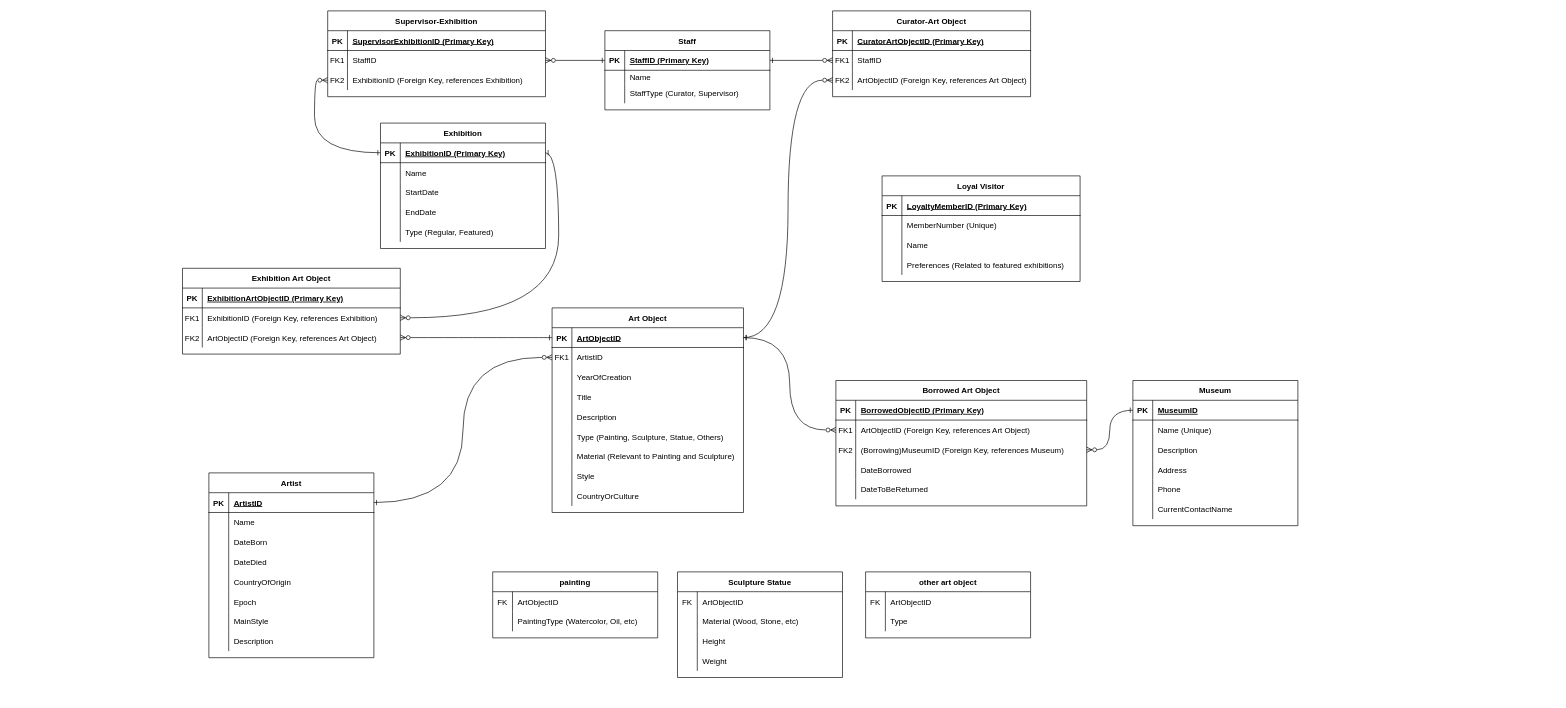
Before: 未命名绘图.drawio in Kehong254/DatabaseCA2, a draw.io diagram. Source tidied: cells renumbered, new cells numbered last; positions are measured from the earlier drawing's top-left corner, leaving out a move shared by most shapes. Both pictures are drawn from the tidied source at 66%, with x=0, y=0 at pixel (182, 11).
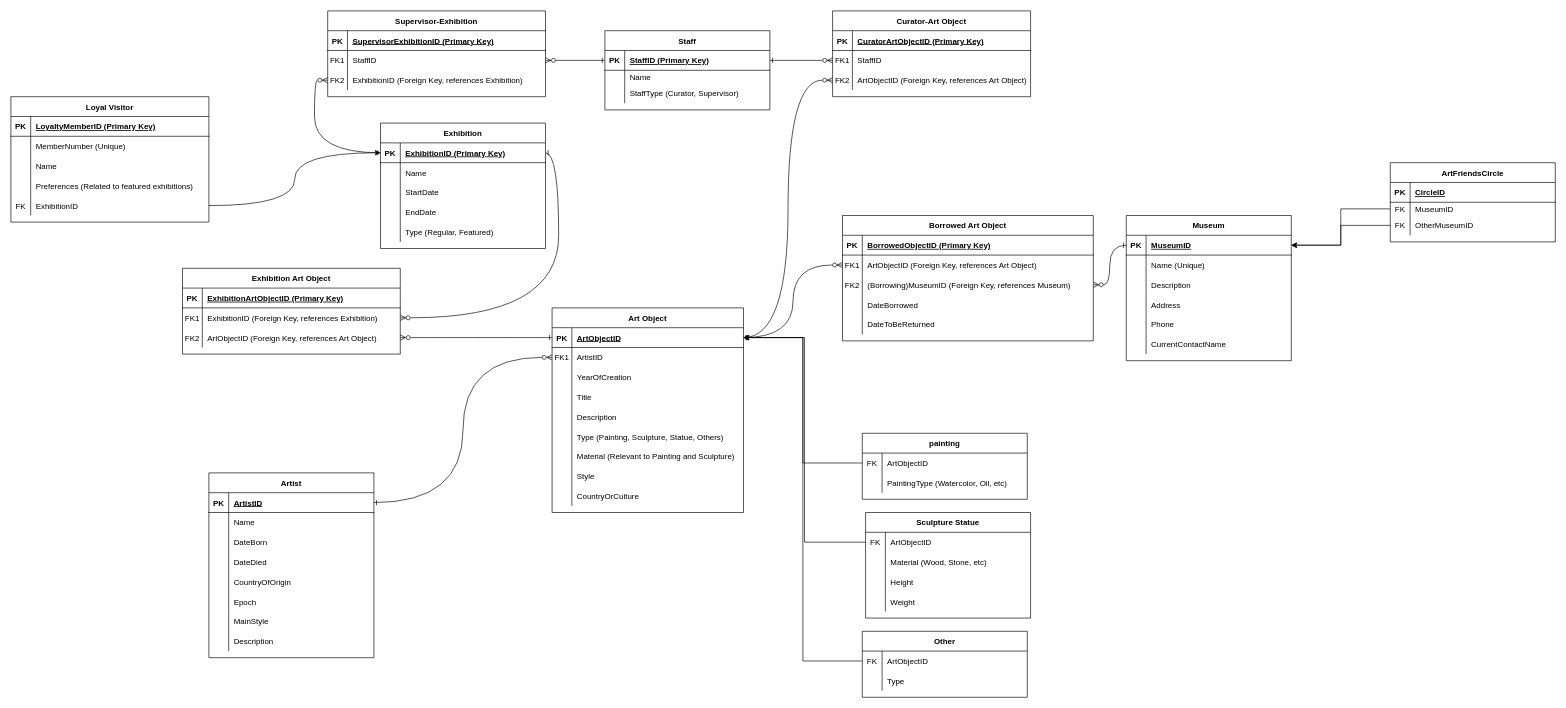
After the change.

The change refers to these unchanged cells:
```xml
<mxCell id="41" style="shape=partialRectangle;fillColor=none;points=[[0,0.5],[1,0.5]];portConstraint=eastwest;top=0;left=0;right=0;bottom=1;" parent="40" vertex="1">
  <mxGeometry y="30" width="250" height="30" as="geometry" />
</mxCell>
<mxCell id="90" style="shape=partialRectangle;fillColor=none;points=[[0,0.5],[1,0.5]];portConstraint=eastwest;top=0;left=0;right=0;bottom=1;" parent="89" vertex="1">
  <mxGeometry y="30" width="290" height="30" as="geometry" />
</mxCell>
<mxCell id="118" style="shape=partialRectangle;fillColor=none;points=[[0,0.5],[1,0.5]];portConstraint=eastwest;top=0;left=0;right=0;bottom=1;" parent="117" vertex="1">
  <mxGeometry y="30" width="250" height="30" as="geometry" />
</mxCell>
<mxCell id="145" style="shape=partialRectangle;fillColor=none;points=[[0,0.5],[1,0.5]];portConstraint=eastwest;top=0;left=0;right=0;bottom=0;" parent="144" vertex="1">
  <mxGeometry y="30" width="250" height="30" as="geometry" />
</mxCell>
<mxCell id="152" style="shape=partialRectangle;fillColor=none;points=[[0,0.5],[1,0.5]];portConstraint=eastwest;top=0;left=0;right=0;bottom=0;" parent="151" vertex="1">
  <mxGeometry y="30" width="250" height="30" as="geometry" />
</mxCell>
<mxCell id="165" style="shape=partialRectangle;fillColor=none;points=[[0,0.5],[1,0.5]];portConstraint=eastwest;top=0;left=0;right=0;bottom=0;" parent="164" vertex="1">
  <mxGeometry y="30" width="250" height="30" as="geometry" />
</mxCell>
```

Diff of the diagram source:
```diff
@@
     <mxCell id="2" value="Loyal Visitor" style="shape=table;startSize=30;childLayout=tableLayout;rowLines=0;fontStyle=1;align=center;" parent="1" vertex="1">
-      <mxGeometry x="1060" y="250" width="300" height="160" as="geometry" />
+      <mxGeometry x="-260" y="130" width="300" height="190" as="geometry" />
     </mxCell>
@@
+    <mxCell id="195" style="shape=partialRectangle;fillColor=none;points=[[0,0.5],[1,0.5]];portConstraint=eastwest;top=0;left=0;right=0;bottom=0;" parent="2" vertex="1">
+      <mxGeometry y="150" width="300" height="30" as="geometry" />
+    </mxCell>
+    <mxCell id="196" value="FK" style="shape=partialRectangle;overflow=hidden;fillColor=none;top=0;left=0;bottom=0;right=0;" parent="195" vertex="1">
+      <mxGeometry width="30" height="30" as="geometry" />
+    </mxCell>
+    <mxCell id="197" value="ExhibitionID" style="shape=partialRectangle;overflow=hidden;fillColor=none;top=0;left=0;bottom=0;right=0;align=left;spacingLeft=6;" parent="195" vertex="1">
+      <mxGeometry x="30" width="270" height="30" as="geometry" />
+    </mxCell>
@@
     <mxCell id="40" value="Museum" style="shape=table;startSize=30;childLayout=tableLayout;rowLines=0;fontStyle=1;align=center;" parent="1" vertex="1">
-      <mxGeometry x="1440" y="560" width="250" height="220" as="geometry" />
+      <mxGeometry x="1430" y="310" width="250" height="220" as="geometry" />
     </mxCell>
@@
     <mxCell id="59" value="Borrowed Art Object" style="shape=table;startSize=30;childLayout=tableLayout;rowLines=0;fontStyle=1;align=center;" parent="1" vertex="1">
-      <mxGeometry x="990" y="560" width="380" height="190" as="geometry" />
+      <mxGeometry x="1000" y="310" width="380" height="190" as="geometry" />
     </mxCell>
@@
     <mxCell id="144" value="painting" style="shape=table;startSize=30;childLayout=tableLayout;rowLines=0;fontStyle=1;align=center;" parent="1" vertex="1">
-      <mxGeometry x="470" y="850" width="250" height="100" as="geometry" />
+      <mxGeometry x="1030" y="640" width="250" height="100" as="geometry" />
     </mxCell>
@@
     <mxCell id="151" value="Sculpture Statue" style="shape=table;startSize=30;childLayout=tableLayout;rowLines=0;fontStyle=1;align=center;" parent="1" vertex="1">
-      <mxGeometry x="750" y="850" width="250" height="160" as="geometry" />
+      <mxGeometry x="1035" y="760" width="250" height="160" as="geometry" />
     </mxCell>
@@
-    <mxCell id="164" value="other art object" style="shape=table;startSize=30;childLayout=tableLayout;rowLines=0;fontStyle=1;align=center;" parent="1" vertex="1">
-      <mxGeometry x="1035" y="850" width="250" height="100" as="geometry" />
+    <mxCell id="164" value="Other" style="shape=table;startSize=30;childLayout=tableLayout;rowLines=0;fontStyle=1;align=center;" parent="1" vertex="1">
+      <mxGeometry x="1030" y="940" width="250" height="100" as="geometry" />
     </mxCell>
@@
+    <mxCell id="198" style="edgeStyle=orthogonalEdgeStyle;rounded=0;jettySize=auto;html=1;entryX=0;entryY=0.5;entryDx=0;entryDy=0;curved=1;" parent="1" edge="1" source="195" target="118">
+      <mxGeometry relative="1" as="geometry" />
+    </mxCell>
+    <mxCell id="199" style="edgeStyle=orthogonalEdgeStyle;rounded=0;jettySize=auto;html=1;" parent="1" edge="1" source="145" target="90">
+      <mxGeometry relative="1" as="geometry" />
+    </mxCell>
+    <mxCell id="200" style="edgeStyle=orthogonalEdgeStyle;rounded=0;jettySize=auto;html=1;" parent="1" edge="1" source="152" target="90">
+      <mxGeometry relative="1" as="geometry" />
+    </mxCell>
+    <mxCell id="201" style="edgeStyle=orthogonalEdgeStyle;rounded=0;jettySize=auto;html=1;" parent="1" edge="1" source="165" target="90">
+      <mxGeometry relative="1" as="geometry" />
+    </mxCell>
+    <mxCell id="202" value="ArtFriendsCircle" style="shape=table;startSize=30;childLayout=tableLayout;rowLines=0;fontStyle=1;align=center;" parent="1" vertex="1">
+      <mxGeometry x="1830" y="230" width="250" height="120" as="geometry" />
+    </mxCell>
+    <mxCell id="203" style="shape=partialRectangle;fillColor=none;top=0;left=0;right=0;bottom=1;" parent="202" vertex="1">
+      <mxGeometry y="30" width="250" height="30" as="geometry" />
+    </mxCell>
+    <mxCell id="204" value="PK" style="shape=partialRectangle;overflow=hidden;fillColor=none;top=0;left=0;bottom=0;right=0;fontStyle=1;" parent="203" vertex="1">
+      <mxGeometry width="30" height="30" as="geometry" />
+    </mxCell>
+    <mxCell id="205" value="CircleID" style="shape=partialRectangle;overflow=hidden;fillColor=none;top=0;left=0;bottom=0;right=0;align=left;spacingLeft=6;fontStyle=5;" parent="203" vertex="1">
+      <mxGeometry x="30" width="220" height="30" as="geometry" />
+    </mxCell>
+    <mxCell id="206" style="shape=partialRectangle;fillColor=none;points=[[0,0.5],[1,0.5]];portConstraint=eastwest;top=0;left=0;right=0;bottom=0;" parent="202" vertex="1">
+      <mxGeometry y="60" width="250" height="20" as="geometry" />
+    </mxCell>
+    <mxCell id="207" value="FK" style="shape=partialRectangle;overflow=hidden;fillColor=none;top=0;left=0;bottom=0;right=0;" parent="206" vertex="1">
+      <mxGeometry width="30" height="20" as="geometry" />
+    </mxCell>
+    <mxCell id="208" value="MuseumID" style="shape=partialRectangle;overflow=hidden;fillColor=none;top=0;left=0;bottom=0;right=0;align=left;spacingLeft=6;" parent="206" vertex="1">
+      <mxGeometry x="30" width="220" height="20" as="geometry" />
+    </mxCell>
+    <mxCell id="209" style="shape=partialRectangle;fillColor=none;points=[[0,0.5],[1,0.5]];portConstraint=eastwest;top=0;left=0;right=0;bottom=0;" parent="202" vertex="1">
+      <mxGeometry y="80" width="250" height="30" as="geometry" />
+    </mxCell>
+    <mxCell id="210" value="FK" style="shape=partialRectangle;overflow=hidden;fillColor=none;top=0;left=0;bottom=0;right=0;" parent="209" vertex="1">
+      <mxGeometry width="30" height="30" as="geometry" />
+    </mxCell>
+    <mxCell id="211" value="OtherMuseumID" style="shape=partialRectangle;overflow=hidden;fillColor=none;top=0;left=0;bottom=0;right=0;align=left;spacingLeft=6;" parent="209" vertex="1">
+      <mxGeometry x="30" width="220" height="30" as="geometry" />
+    </mxCell>
+    <mxCell id="212" style="edgeStyle=orthogonalEdgeStyle;rounded=0;jettySize=auto;html=1;" parent="1" edge="1" source="209" target="41">
+      <mxGeometry relative="1" as="geometry" />
+    </mxCell>
+    <mxCell id="213" style="edgeStyle=orthogonalEdgeStyle;rounded=0;jettySize=auto;html=1;" parent="1" edge="1" source="206" target="41">
+      <mxGeometry relative="1" as="geometry" />
+    </mxCell>
```
